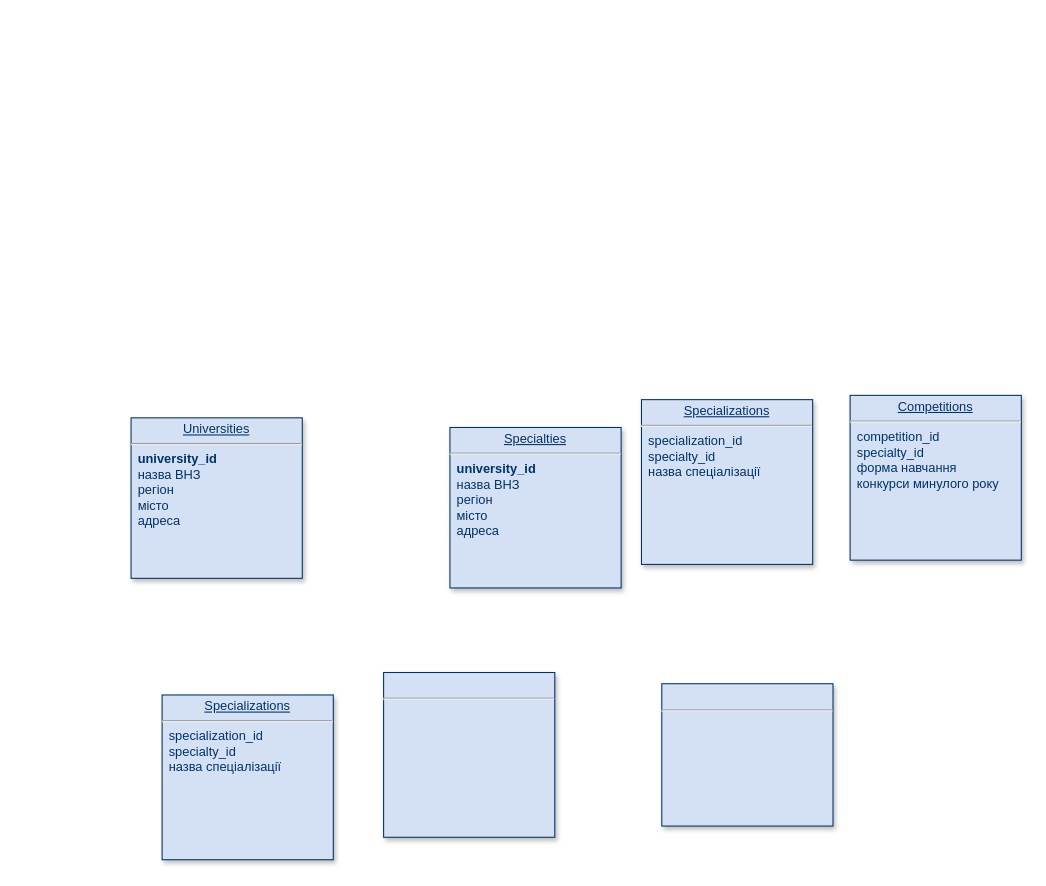
Above: Диаграмма без названия.drawio in VadimKeranov/drawio (draw.io), before the change. Source tidied: cells renumbered, new cells numbered last; positions are measured from the earlier drawing's top-left corner, leaving out a move shared by most shapes. Both pictures are drawn from the tidied source at 107%, with x=0, y=0 at pixel (131, 395).
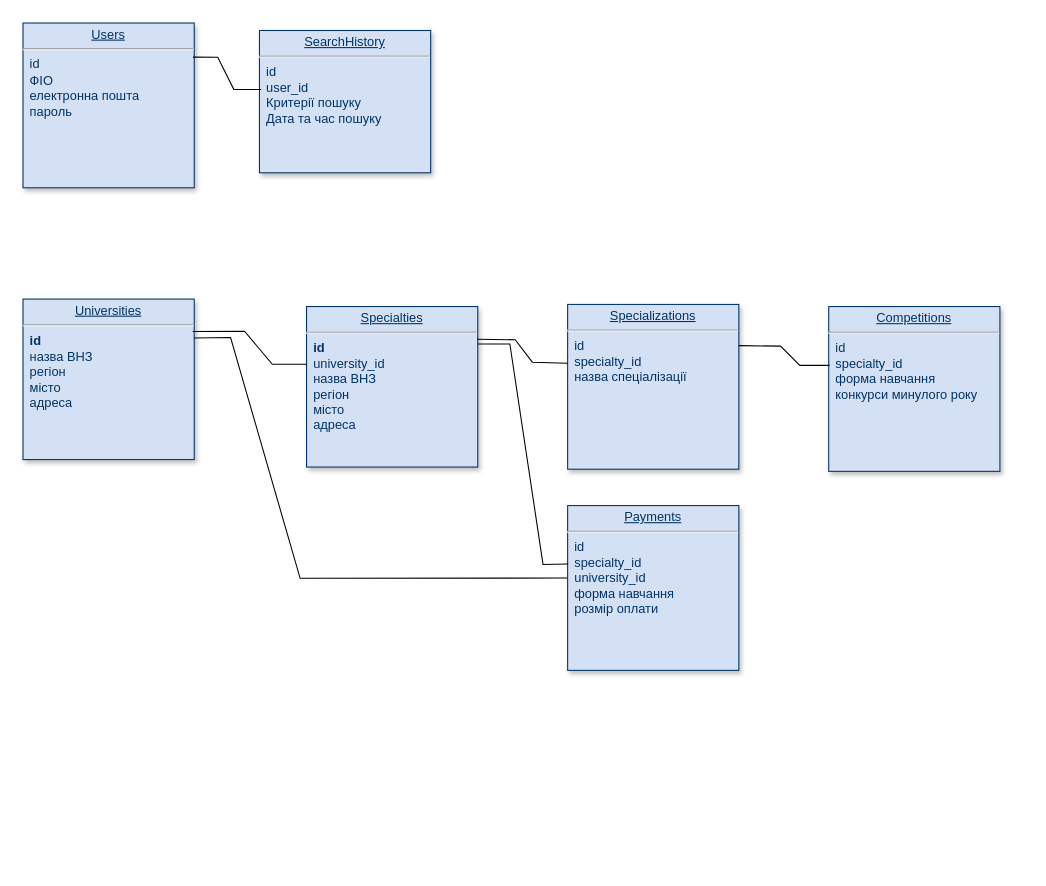
The same diagram, later.

The edit, as a diff of the source:
```diff
@@
-    <mxCell id="2" value="&lt;p style=&quot;margin: 0px; margin-top: 4px; text-align: center; text-decoration: underline;&quot;&gt;&lt;br&gt;&lt;/p&gt;&lt;hr&gt;" style="verticalAlign=top;align=left;overflow=fill;fontSize=12;fontFamily=Helvetica;html=1;strokeColor=#003366;shadow=1;fillColor=#D4E1F5;fontColor=#003366;" parent="1" vertex="1">
-      <mxGeometry x="496" y="269.5" width="160" height="133" as="geometry" />
+    <mxCell id="2" value="&lt;p style=&quot;margin: 0px; margin-top: 4px; text-align: center; text-decoration: underline;&quot;&gt;SearchHistory&lt;/p&gt;&lt;hr&gt;&amp;nbsp; id &lt;br&gt;&amp;nbsp;&amp;nbsp;user_id &lt;br&gt;&amp;nbsp;&amp;nbsp;Критерії пошуку&lt;br&gt;&amp;nbsp;&amp;nbsp;Дата та час пошуку" style="verticalAlign=top;align=left;overflow=fill;fontSize=12;fontFamily=Helvetica;html=1;strokeColor=#003366;shadow=1;fillColor=#D4E1F5;fontColor=#003366;" parent="1" vertex="1">
+      <mxGeometry x="120" y="-341" width="160" height="133" as="geometry" />
     </mxCell>
-    <mxCell id="3" value="&lt;p style=&quot;margin: 0px; margin-top: 4px; text-align: center; text-decoration: underline;&quot;&gt;Universities&lt;/p&gt;&lt;hr&gt;&lt;span style=&quot;background-color: initial;&quot;&gt;&amp;nbsp; &lt;b&gt;university_id&lt;/b&gt;&lt;/span&gt;&lt;b&gt;&lt;br&gt;&lt;/b&gt;&lt;span style=&quot;background-color: initial;&quot;&gt;&amp;nbsp; назва ВНЗ&lt;/span&gt;&lt;br&gt;&lt;span style=&quot;background-color: initial;&quot;&gt;&amp;nbsp; регіон&lt;/span&gt;&lt;br&gt;&lt;span style=&quot;background-color: initial;&quot;&gt;&amp;nbsp; місто&lt;/span&gt;&lt;br&gt;&lt;div style=&quot;&quot;&gt;&lt;span style=&quot;background-color: initial;&quot;&gt;&amp;nbsp; адреса&lt;br&gt;&lt;/span&gt;&lt;/div&gt;" style="verticalAlign=top;align=left;overflow=fill;fontSize=12;fontFamily=Helvetica;html=1;strokeColor=#003366;shadow=1;fillColor=#D4E1F5;fontColor=#003366;" parent="1" vertex="1">
-      <mxGeometry y="21" width="160" height="150" as="geometry" />
+    <mxCell id="3" value="&lt;p style=&quot;margin: 0px; margin-top: 4px; text-align: center; text-decoration: underline;&quot;&gt;Universities&lt;/p&gt;&lt;hr&gt;&lt;span style=&quot;background-color: initial;&quot;&gt;&amp;nbsp; &lt;b&gt;id&lt;/b&gt;&lt;/span&gt;&lt;b&gt;&lt;br&gt;&lt;/b&gt;&lt;span style=&quot;background-color: initial;&quot;&gt;&amp;nbsp; назва ВНЗ&lt;/span&gt;&lt;br&gt;&lt;span style=&quot;background-color: initial;&quot;&gt;&amp;nbsp; регіон&lt;/span&gt;&lt;br&gt;&lt;span style=&quot;background-color: initial;&quot;&gt;&amp;nbsp; місто&lt;/span&gt;&lt;br&gt;&lt;div style=&quot;&quot;&gt;&lt;span style=&quot;background-color: initial;&quot;&gt;&amp;nbsp; адреса&lt;br&gt;&lt;/span&gt;&lt;/div&gt;" style="verticalAlign=top;align=left;overflow=fill;fontSize=12;fontFamily=Helvetica;html=1;strokeColor=#003366;shadow=1;fillColor=#D4E1F5;fontColor=#003366;" parent="1" vertex="1">
+      <mxGeometry x="-101" y="-90" width="160" height="150" as="geometry" />
     </mxCell>
-    <mxCell id="4" value="&lt;p style=&quot;margin: 0px; margin-top: 4px; text-align: center; text-decoration: underline;&quot;&gt;&lt;br&gt;&lt;/p&gt;&lt;hr&gt;" style="verticalAlign=top;align=left;overflow=fill;fontSize=12;fontFamily=Helvetica;html=1;strokeColor=#003366;shadow=1;fillColor=#D4E1F5;fontColor=#003366;" parent="1" vertex="1">
-      <mxGeometry x="236" y="259" width="160" height="154" as="geometry" />
-    </mxCell>
-    <mxCell id="5" value="&lt;p style=&quot;margin: 0px; margin-top: 4px; text-align: center; text-decoration: underline;&quot;&gt;Competitions&lt;/p&gt;&lt;hr&gt;&amp;nbsp; competition_id&lt;br&gt;&amp;nbsp;&amp;nbsp;specialty_id&amp;nbsp;&amp;nbsp;&lt;br&gt;&amp;nbsp;&amp;nbsp;форма навчання&lt;br&gt;&amp;nbsp;&amp;nbsp;конкурси минулого року" style="verticalAlign=top;align=left;overflow=fill;fontSize=12;fontFamily=Helvetica;html=1;strokeColor=#003366;shadow=1;fillColor=#D4E1F5;fontColor=#003366;" parent="1" vertex="1">
-      <mxGeometry x="672" width="160" height="154" as="geometry" />
+    <mxCell id="5" value="&lt;p style=&quot;margin: 0px; margin-top: 4px; text-align: center; text-decoration: underline;&quot;&gt;Competitions&lt;/p&gt;&lt;hr&gt;&amp;nbsp; id&lt;br&gt;&amp;nbsp;&amp;nbsp;specialty_id&amp;nbsp;&amp;nbsp;&lt;br&gt;&amp;nbsp;&amp;nbsp;форма навчання&lt;br&gt;&amp;nbsp;&amp;nbsp;конкурси минулого року" style="verticalAlign=top;align=left;overflow=fill;fontSize=12;fontFamily=Helvetica;html=1;strokeColor=#003366;shadow=1;fillColor=#D4E1F5;fontColor=#003366;" parent="1" vertex="1">
+      <mxGeometry x="652" y="-83" width="160" height="154" as="geometry" />
     </mxCell>
-    <mxCell id="6" value="&lt;p style=&quot;margin: 0px; margin-top: 4px; text-align: center; text-decoration: underline;&quot;&gt;Specializations&lt;br&gt;&lt;/p&gt;&lt;hr&gt;&amp;nbsp;&amp;nbsp;specialization_id&lt;br&gt;&amp;nbsp; specialty_id&lt;br&gt;&amp;nbsp;&amp;nbsp;назва спеціалізації&lt;br&gt;" style="verticalAlign=top;align=left;overflow=fill;fontSize=12;fontFamily=Helvetica;html=1;strokeColor=#003366;shadow=1;fillColor=#D4E1F5;fontColor=#003366;" parent="1" vertex="1">
-      <mxGeometry x="477" y="4" width="160" height="154" as="geometry" />
+    <mxCell id="6" value="&lt;p style=&quot;margin: 0px; margin-top: 4px; text-align: center; text-decoration: underline;&quot;&gt;Specializations&lt;br&gt;&lt;/p&gt;&lt;hr&gt;&amp;nbsp; id&lt;br&gt;&amp;nbsp; specialty_id&lt;br&gt;&amp;nbsp;&amp;nbsp;назва спеціалізації" style="verticalAlign=top;align=left;overflow=fill;fontSize=12;fontFamily=Helvetica;html=1;strokeColor=#003366;shadow=1;fillColor=#D4E1F5;fontColor=#003366;" parent="1" vertex="1">
+      <mxGeometry x="408" y="-85" width="160" height="154" as="geometry" />
     </mxCell>
-    <mxCell id="7" value="&lt;p style=&quot;margin: 0px; margin-top: 4px; text-align: center; text-decoration: underline;&quot;&gt;&lt;/p&gt;&lt;div style=&quot;text-align: center;&quot;&gt;&lt;span style=&quot;background-color: initial;&quot;&gt;&lt;u style=&quot;&quot;&gt;Specialties&lt;/u&gt;&lt;/span&gt;&lt;/div&gt;&lt;hr&gt;&lt;span style=&quot;background-color: initial;&quot;&gt;&amp;nbsp;&amp;nbsp;&lt;b&gt;university_id&lt;/b&gt;&lt;/span&gt;&lt;b&gt;&lt;br&gt;&lt;/b&gt;&lt;span style=&quot;background-color: initial;&quot;&gt;&amp;nbsp; назва ВНЗ&lt;/span&gt;&lt;br&gt;&lt;span style=&quot;background-color: initial;&quot;&gt;&amp;nbsp; регіон&lt;/span&gt;&lt;br&gt;&lt;span style=&quot;background-color: initial;&quot;&gt;&amp;nbsp; місто&lt;/span&gt;&lt;br&gt;&lt;div style=&quot;&quot;&gt;&lt;span style=&quot;background-color: initial;&quot;&gt;&amp;nbsp; адреса&lt;br&gt;&lt;/span&gt;&lt;/div&gt;" style="verticalAlign=top;align=left;overflow=fill;fontSize=12;fontFamily=Helvetica;html=1;strokeColor=#003366;shadow=1;fillColor=#D4E1F5;fontColor=#003366;" parent="1" vertex="1">
-      <mxGeometry x="298" y="30" width="160" height="150" as="geometry" />
+    <mxCell id="7" value="&lt;p style=&quot;margin: 0px; margin-top: 4px; text-align: center; text-decoration: underline;&quot;&gt;&lt;/p&gt;&lt;div style=&quot;text-align: center;&quot;&gt;&lt;span style=&quot;background-color: initial;&quot;&gt;&lt;u style=&quot;&quot;&gt;Specialties&lt;/u&gt;&lt;/span&gt;&lt;/div&gt;&lt;hr&gt;&amp;nbsp; &lt;b&gt;id&lt;/b&gt;&lt;span style=&quot;background-color: initial;&quot;&gt;&lt;br&gt;&lt;b&gt;&amp;nbsp; &lt;/b&gt;university_id&lt;/span&gt;&lt;b&gt;&lt;br&gt;&lt;/b&gt;&lt;span style=&quot;background-color: initial;&quot;&gt;&amp;nbsp; назва ВНЗ&lt;/span&gt;&lt;br&gt;&lt;span style=&quot;background-color: initial;&quot;&gt;&amp;nbsp; регіон&lt;/span&gt;&lt;br&gt;&lt;span style=&quot;background-color: initial;&quot;&gt;&amp;nbsp; місто&lt;/span&gt;&lt;br&gt;&lt;div style=&quot;&quot;&gt;&lt;span style=&quot;background-color: initial;&quot;&gt;&amp;nbsp; адреса&lt;br&gt;&lt;/span&gt;&lt;/div&gt;" style="verticalAlign=top;align=left;overflow=fill;fontSize=12;fontFamily=Helvetica;html=1;strokeColor=#003366;shadow=1;fillColor=#D4E1F5;fontColor=#003366;" parent="1" vertex="1">
+      <mxGeometry x="164" y="-83" width="160" height="150" as="geometry" />
     </mxCell>
-    <mxCell id="8" value="&lt;p style=&quot;margin: 0px; margin-top: 4px; text-align: center; text-decoration: underline;&quot;&gt;Specializations&lt;br&gt;&lt;/p&gt;&lt;hr&gt;&amp;nbsp;&amp;nbsp;specialization_id&lt;br&gt;&amp;nbsp; specialty_id&lt;br&gt;&amp;nbsp;&amp;nbsp;назва спеціалізації&lt;br&gt;" style="verticalAlign=top;align=left;overflow=fill;fontSize=12;fontFamily=Helvetica;html=1;strokeColor=#003366;shadow=1;fillColor=#D4E1F5;fontColor=#003366;" parent="1" vertex="1">
-      <mxGeometry x="29" y="280" width="160" height="154" as="geometry" />
+    <mxCell id="8" value="&lt;p style=&quot;margin: 0px; margin-top: 4px; text-align: center; text-decoration: underline;&quot;&gt;Payments&lt;br&gt;&lt;/p&gt;&lt;hr&gt;&amp;nbsp; id&lt;br&gt;&amp;nbsp;&amp;nbsp;specialty_id &lt;br&gt;&amp;nbsp; university_id&lt;br&gt;&amp;nbsp;&amp;nbsp;форма навчання&lt;br&gt;&amp;nbsp;&amp;nbsp;розмір оплати" style="verticalAlign=top;align=left;overflow=fill;fontSize=12;fontFamily=Helvetica;html=1;strokeColor=#003366;shadow=1;fillColor=#D4E1F5;fontColor=#003366;" parent="1" vertex="1">
+      <mxGeometry x="408" y="103" width="160" height="154" as="geometry" />
     </mxCell>
+    <mxCell id="9" value="&lt;p style=&quot;margin: 0px; margin-top: 4px; text-align: center; text-decoration: underline;&quot;&gt;Users&lt;br&gt;&lt;/p&gt;&lt;hr&gt;&amp;nbsp; id&lt;br&gt;&amp;nbsp; ФІО&lt;br&gt;&amp;nbsp;&amp;nbsp;електронна пошта&lt;br&gt;&amp;nbsp;&amp;nbsp;пароль" style="verticalAlign=top;align=left;overflow=fill;fontSize=12;fontFamily=Helvetica;html=1;strokeColor=#003366;shadow=1;fillColor=#D4E1F5;fontColor=#003366;" parent="1" vertex="1">
+      <mxGeometry x="-101" y="-348" width="160" height="154" as="geometry" />
+    </mxCell>
+    <mxCell id="10" style="endArrow=none;html=1;rounded=0;exitX=0.991;exitY=0.202;exitDx=0;exitDy=0;entryX=0;entryY=0.36;entryDx=0;entryDy=0;entryPerimeter=0;exitPerimeter=0;" parent="1" edge="1" source="3" target="7">
+      <mxGeometry relative="1" as="geometry">
+        <Array as="points">
+          <mxPoint x="106" y="-60" />
+          <mxPoint x="132" y="-29" />
+        </Array>
+      </mxGeometry>
+    </mxCell>
+    <mxCell id="11" style="endArrow=none;html=1;rounded=0;exitX=0.997;exitY=0.204;exitDx=0;exitDy=0;entryX=0;entryY=0.357;entryDx=0;entryDy=0;entryPerimeter=0;exitPerimeter=0;" parent="1" edge="1" source="7" target="6">
+      <mxGeometry relative="1" as="geometry">
+        <Array as="points">
+          <mxPoint x="359" y="-52" />
+          <mxPoint x="375" y="-31" />
+        </Array>
+      </mxGeometry>
+    </mxCell>
+    <mxCell id="12" style="endArrow=none;html=1;rounded=0;exitX=1;exitY=0.25;exitDx=0;exitDy=0;entryX=0.006;entryY=0.357;entryDx=0;entryDy=0;entryPerimeter=0;" parent="1" edge="1" source="6" target="5">
+      <mxGeometry relative="1" as="geometry">
+        <Array as="points">
+          <mxPoint x="607" y="-46" />
+          <mxPoint x="625" y="-28" />
+        </Array>
+      </mxGeometry>
+    </mxCell>
+    <mxCell id="13" style="endArrow=none;html=1;rounded=0;entryX=0.01;entryY=0.415;entryDx=0;entryDy=0;entryPerimeter=0;exitX=0.993;exitY=0.207;exitDx=0;exitDy=0;exitPerimeter=0;" parent="1" edge="1" source="9" target="2">
+      <mxGeometry relative="1" as="geometry">
+        <Array as="points">
+          <mxPoint x="81" y="-316" />
+          <mxPoint x="96" y="-286" />
+        </Array>
+      </mxGeometry>
+    </mxCell>
+    <mxCell id="14" style="endArrow=none;html=1;rounded=0;exitX=1;exitY=0.233;exitDx=0;exitDy=0;exitPerimeter=0;entryX=0.003;entryY=0.354;entryDx=0;entryDy=0;entryPerimeter=0;" parent="1" edge="1" source="7" target="8">
+      <mxGeometry relative="1" as="geometry">
+        <Array as="points">
+          <mxPoint x="354" y="-48" />
+          <mxPoint x="385" y="158" />
+        </Array>
+      </mxGeometry>
+    </mxCell>
+    <mxCell id="15" style="endArrow=none;html=1;rounded=0;exitX=0.999;exitY=0.243;exitDx=0;exitDy=0;exitPerimeter=0;entryX=-0.001;entryY=0.44;entryDx=0;entryDy=0;entryPerimeter=0;" parent="1" edge="1" source="3" target="8">
+      <mxGeometry relative="1" as="geometry">
+        <Array as="points">
+          <mxPoint x="93" y="-54" />
+          <mxPoint x="158" y="171" />
+        </Array>
+      </mxGeometry>
+    </mxCell>
```
